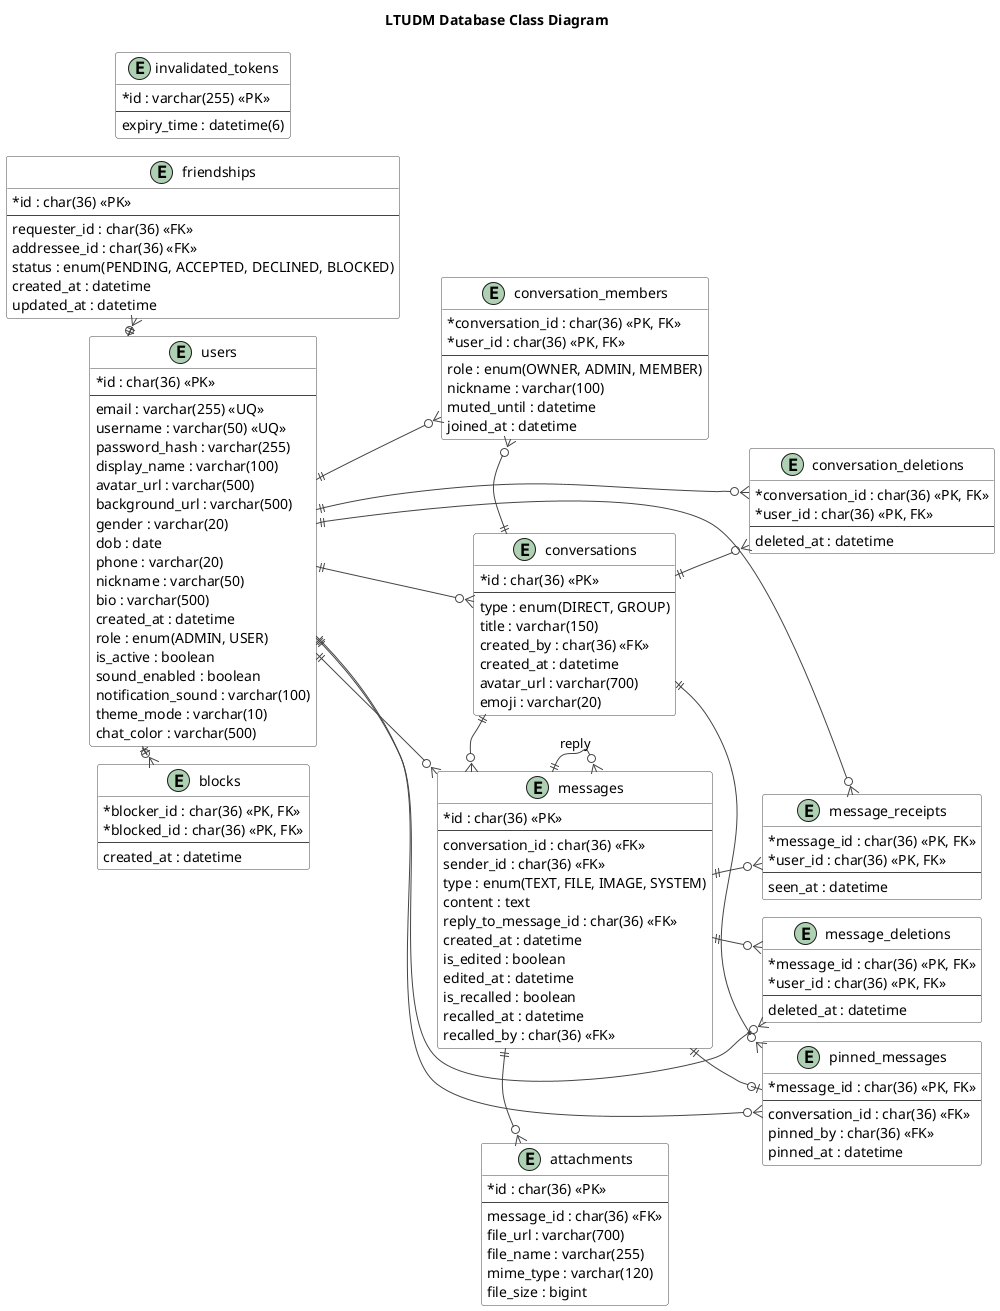
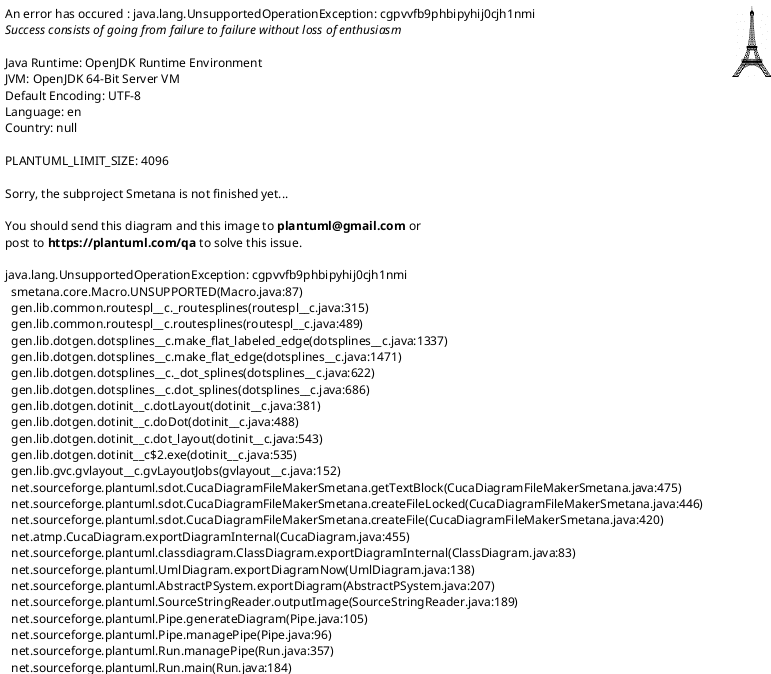
@startuml LTUDM_Database_Class_Diagram

title LTUDM Database Class Diagram

' Smetana + ortho usually gives cleaner routing than the default layout.
!pragma layout smetana

left to right direction
skinparam linetype ortho
skinparam shadowing false
skinparam classAttributeIconSize 0
skinparam nodesep 70
skinparam ranksep 80
skinparam packageStyle rectangle
skinparam ArrowColor #444444
skinparam class {
  BackgroundColor #FFFFFF
  BorderColor #444444
}

entity users {
  * id : char(36) <<PK>>
  --
  email : varchar(255) <<UQ>>
  username : varchar(50) <<UQ>>
  password_hash : varchar(255)
  display_name : varchar(100)
  avatar_url : varchar(500)
  background_url : varchar(500)
  gender : varchar(20)
  dob : date
  phone : varchar(20)
  nickname : varchar(50)
  bio : varchar(500)
  created_at : datetime
  role : enum(ADMIN, USER)
  is_active : boolean
  sound_enabled : boolean
  notification_sound : varchar(100)
  theme_mode : varchar(10)
  chat_color : varchar(500)
}

entity invalidated_tokens {
  * id : varchar(255) <<PK>>
  --
  expiry_time : datetime(6)
}

entity friendships {
  * id : char(36) <<PK>>
  --
  requester_id : char(36) <<FK>>
  addressee_id : char(36) <<FK>>
  status : enum(PENDING, ACCEPTED, DECLINED, BLOCKED)
  created_at : datetime
  updated_at : datetime
}

entity blocks {
  * blocker_id : char(36) <<PK, FK>>
  * blocked_id : char(36) <<PK, FK>>
  --
  created_at : datetime
}

entity conversations {
  * id : char(36) <<PK>>
  --
  type : enum(DIRECT, GROUP)
  title : varchar(150)
  created_by : char(36) <<FK>>
  created_at : datetime
  avatar_url : varchar(700)
  emoji : varchar(20)
}

entity conversation_members {
  * conversation_id : char(36) <<PK, FK>>
  * user_id : char(36) <<PK, FK>>
  --
  role : enum(OWNER, ADMIN, MEMBER)
  nickname : varchar(100)
  muted_until : datetime
  joined_at : datetime
}

entity conversation_deletions {
  * conversation_id : char(36) <<PK, FK>>
  * user_id : char(36) <<PK, FK>>
  --
  deleted_at : datetime
}

entity messages {
  * id : char(36) <<PK>>
  --
  conversation_id : char(36) <<FK>>
  sender_id : char(36) <<FK>>
  type : enum(TEXT, FILE, IMAGE, SYSTEM)
  content : text
  reply_to_message_id : char(36) <<FK>>
  created_at : datetime
  is_edited : boolean
  edited_at : datetime
  is_recalled : boolean
  recalled_at : datetime
  recalled_by : char(36) <<FK>>
}

entity attachments {
  * id : char(36) <<PK>>
  --
  message_id : char(36) <<FK>>
  file_url : varchar(700)
  file_name : varchar(255)
  mime_type : varchar(120)
  file_size : bigint
}

entity message_receipts {
  * message_id : char(36) <<PK, FK>>
  * user_id : char(36) <<PK, FK>>
  --
  seen_at : datetime
}

entity message_deletions {
  * message_id : char(36) <<PK, FK>>
  * user_id : char(36) <<PK, FK>>
  --
  deleted_at : datetime
}

entity pinned_messages {
  * message_id : char(36) <<PK, FK>>
  --
  conversation_id : char(36) <<FK>>
  pinned_by : char(36) <<FK>>
  pinned_at : datetime
}

' ---------------------------------------------------------------------------
' Layout grid.
' ---------------------------------------------------------------------------
' Top row: social/auth tables around users.
invalidated_tokens -[hidden]right- friendships
friendships -[hidden]right- users
users -[hidden]right- blocks

' Middle row: main chat flow.
conversation_members -[hidden]right- conversations
conversations -[hidden]right- messages
messages -[hidden]right- attachments

' Bottom row: per-user/per-message state tables.
conversation_deletions -[hidden]right- message_receipts
message_receipts -[hidden]right- message_deletions
message_deletions -[hidden]right- pinned_messages

' Vertical anchors.
users -[hidden]down- conversation_members
conversations -[hidden]down- conversation_deletions
messages -[hidden]down- message_receipts
attachments -[hidden]down- pinned_messages

' ---------------------------------------------------------------------------
' Relationships.
' Kept short and mostly unlabeled so PlantUML routes lines more cleanly.
' FK names are already visible in table fields.
' ---------------------------------------------------------------------------

' Social / user.
- users ||--o{ friendships
- users ||--o{ blocks
+ users "1" <-- "0..*" friendships : requester_id
+ users "1" <-- "0..*" friendships : addressee_id
+ users "1" <-- "0..*" blocks : blocker_id
+ users "1" <-- "0..*" blocks : blocked_id

' Conversation area.
- users ||--o{ conversations
- users ||--o{ conversation_members
- conversations ||--o{ conversation_members
- users ||--o{ conversation_deletions
- conversations ||--o{ conversation_deletions
+ users "1" <-- "0..*" conversations : created_by
+ users "1" <-- "0..*" conversation_members : user_id
+ conversations "1" <-- "0..*" conversation_members : conversation_id
+ users "1" <-- "0..*" conversation_deletions : user_id
+ conversations "1" <-- "0..*" conversation_deletions : conversation_id

' Message area.
- conversations ||--o{ messages
- users ||--o{ messages
- messages ||--o{ messages : reply
- messages ||--o{ attachments
- messages ||--o{ message_receipts
- users ||--o{ message_receipts
- messages ||--o{ message_deletions
- users ||--o{ message_deletions
- messages ||--o| pinned_messages
- conversations ||--o{ pinned_messages
- users ||--o{ pinned_messages
+ conversations "1" <-- "0..*" messages : conversation_id
+ users "1" <-- "0..*" messages : sender_id
+ messages "0..1" <-- "0..*" messages : reply_to_message_id
+ messages "1" <-- "0..*" attachments : message_id
+ messages "1" <-- "0..*" message_receipts : message_id
+ users "1" <-- "0..*" message_receipts : user_id
+ messages "1" <-- "0..*" message_deletions : message_id
+ users "1" <-- "0..*" message_deletions : user_id
+ messages "1" <-- "0..1" pinned_messages : message_id
+ conversations "1" <-- "0..*" pinned_messages : conversation_id
+ users "1" <-- "0..*" pinned_messages : pinned_by

@enduml
